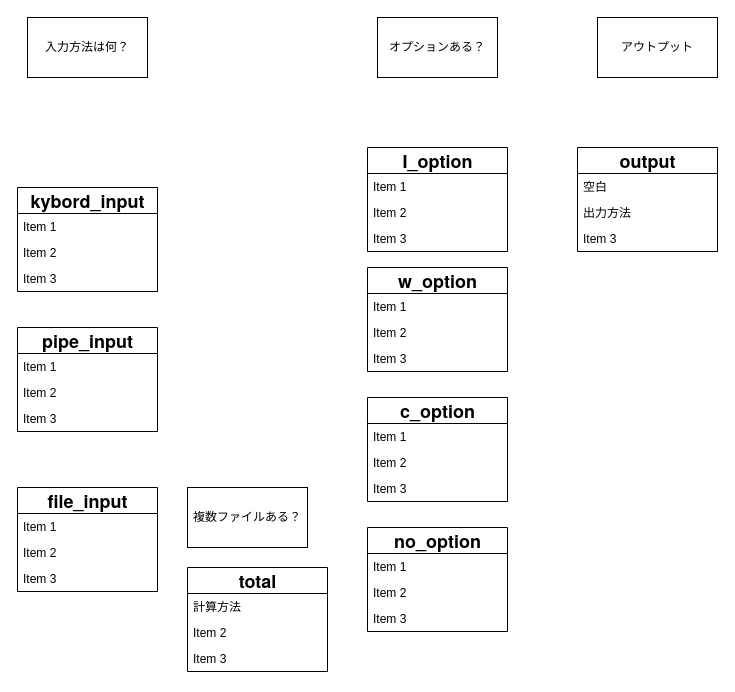
The draw.io diagram wcコマンド.drawio in namacosansan/ER, before the edit. Source tidied: cells renumbered, new cells numbered last; positions are measured from the earlier drawing's top-left corner, leaving out a move shared by most shapes. Both pictures are drawn from the tidied source at 100%, with x=0, y=0 at pixel (17, 17).
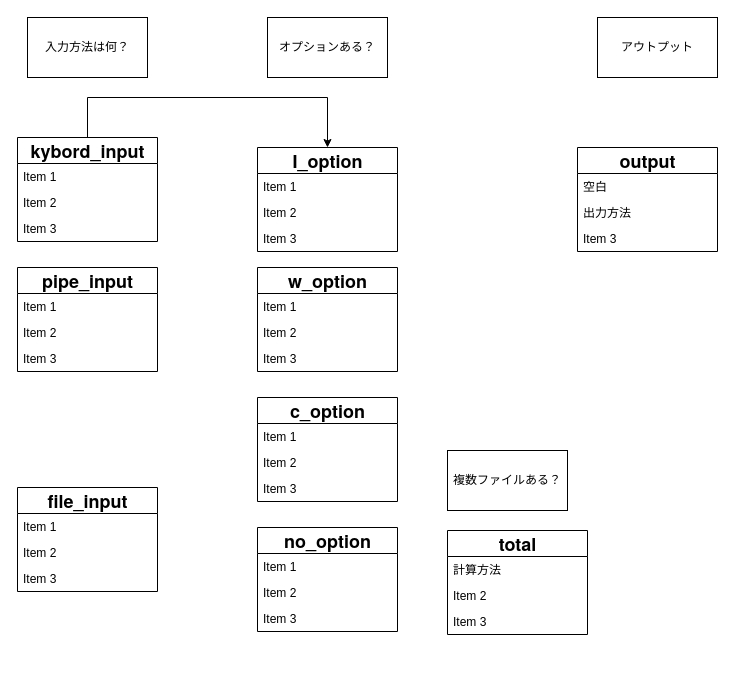
After the change.

Commit message (it also covers changes not shown here):
wcコマンド.drawio を更新します

The edit, as a diff of the source:
```diff
@@
+    <mxCell id="42" style="edgeStyle=elbowEdgeStyle;rounded=0;jettySize=auto;html=1;exitX=0.5;exitY=0;exitDx=0;exitDy=0;entryX=0.5;entryY=0;entryDx=0;entryDy=0;" parent="1" edge="1" source="2" target="18">
+      <mxGeometry relative="1" as="geometry">
+        <Array as="points">
+          <mxPoint x="230" y="80" />
+        </Array>
+      </mxGeometry>
+    </mxCell>
     <mxCell id="2" value="&lt;p style=&quot;margin: 0px; font-variant-numeric: normal; font-variant-east-asian: normal; font-variant-alternates: normal; font-size-adjust: none; font-kerning: auto; font-optical-sizing: auto; font-feature-settings: normal; font-variation-settings: normal; font-variant-position: normal; font-variant-emoji: normal; font-stretch: normal; font-size: 18px; line-height: normal; font-family: &amp;quot;Helvetica Neue&amp;quot;; text-align: start; text-wrap-mode: wrap;&quot; class=&quot;p1&quot;&gt;&lt;b&gt;kybord_input&lt;/b&gt;&lt;/p&gt;" style="swimlane;fontStyle=0;horizontal=1;startSize=26;fillColor=none;html=1;" parent="1" vertex="1">
-      <mxGeometry y="170" width="140" height="104" as="geometry" />
+      <mxGeometry y="120" width="140" height="104" as="geometry" />
     </mxCell>
@@
     <mxCell id="6" value="&lt;p style=&quot;margin: 0px; font-variant-numeric: normal; font-variant-east-asian: normal; font-variant-alternates: normal; font-size-adjust: none; font-kerning: auto; font-optical-sizing: auto; font-feature-settings: normal; font-variation-settings: normal; font-variant-position: normal; font-variant-emoji: normal; font-stretch: normal; font-size: 18px; line-height: normal; font-family: &amp;quot;Helvetica Neue&amp;quot;; text-align: start; text-wrap-mode: wrap;&quot; class=&quot;p1&quot;&gt;&lt;b&gt;pipe_input&lt;/b&gt;&lt;/p&gt;" style="swimlane;fontStyle=0;horizontal=1;startSize=26;fillColor=none;html=1;" parent="1" vertex="1">
-      <mxGeometry y="310" width="140" height="104" as="geometry" />
+      <mxGeometry y="250" width="140" height="104" as="geometry" />
     </mxCell>
@@
     <mxCell id="14" value="&lt;p style=&quot;margin: 0px; font-variant-numeric: normal; font-variant-east-asian: normal; font-variant-alternates: normal; font-size-adjust: none; font-kerning: auto; font-optical-sizing: auto; font-feature-settings: normal; font-variation-settings: normal; font-variant-position: normal; font-variant-emoji: normal; font-stretch: normal; font-size: 18px; line-height: normal; font-family: &amp;quot;Helvetica Neue&amp;quot;; text-align: start; text-wrap-mode: wrap;&quot; class=&quot;p1&quot;&gt;&lt;b&gt;w_&lt;/b&gt;&lt;b style=&quot;background-color: transparent; color: light-dark(rgb(0, 0, 0), rgb(255, 255, 255));&quot;&gt;option&lt;/b&gt;&lt;/p&gt;" style="swimlane;fontStyle=0;horizontal=1;startSize=26;fillColor=none;html=1;" parent="1" vertex="1">
-      <mxGeometry x="350" y="250" width="140" height="104" as="geometry" />
+      <mxGeometry x="240" y="250" width="140" height="104" as="geometry" />
     </mxCell>
@@
     <mxCell id="18" value="&lt;p style=&quot;margin: 0px; font-variant-numeric: normal; font-variant-east-asian: normal; font-variant-alternates: normal; font-size-adjust: none; font-kerning: auto; font-optical-sizing: auto; font-feature-settings: normal; font-variation-settings: normal; font-variant-position: normal; font-variant-emoji: normal; font-stretch: normal; font-size: 18px; line-height: normal; font-family: &amp;quot;Helvetica Neue&amp;quot;; text-align: start; text-wrap-mode: wrap;&quot; class=&quot;p1&quot;&gt;&lt;b&gt;I_&lt;/b&gt;&lt;b style=&quot;background-color: transparent; color: light-dark(rgb(0, 0, 0), rgb(255, 255, 255));&quot;&gt;option&lt;/b&gt;&lt;/p&gt;" style="swimlane;fontStyle=0;horizontal=1;startSize=26;fillColor=none;html=1;" parent="1" vertex="1">
-      <mxGeometry x="350" y="130" width="140" height="104" as="geometry" />
+      <mxGeometry x="240" y="130" width="140" height="104" as="geometry" />
     </mxCell>
@@
     <mxCell id="22" value="&lt;p style=&quot;margin: 0px; font-variant-numeric: normal; font-variant-east-asian: normal; font-variant-alternates: normal; font-size-adjust: none; font-kerning: auto; font-optical-sizing: auto; font-feature-settings: normal; font-variation-settings: normal; font-variant-position: normal; font-variant-emoji: normal; font-stretch: normal; font-size: 18px; line-height: normal; font-family: &amp;quot;Helvetica Neue&amp;quot;; text-align: start; text-wrap-mode: wrap;&quot; class=&quot;p1&quot;&gt;&lt;b&gt;c_&lt;/b&gt;&lt;b style=&quot;background-color: transparent; color: light-dark(rgb(0, 0, 0), rgb(255, 255, 255));&quot;&gt;option&lt;/b&gt;&lt;/p&gt;" style="swimlane;fontStyle=0;horizontal=1;startSize=26;fillColor=none;html=1;" parent="1" vertex="1">
-      <mxGeometry x="350" y="380" width="140" height="104" as="geometry" />
+      <mxGeometry x="240" y="380" width="140" height="104" as="geometry" />
     </mxCell>
@@
     <mxCell id="26" value="&lt;p style=&quot;margin: 0px; font-variant-numeric: normal; font-variant-east-asian: normal; font-variant-alternates: normal; font-size-adjust: none; font-kerning: auto; font-optical-sizing: auto; font-feature-settings: normal; font-variation-settings: normal; font-variant-position: normal; font-variant-emoji: normal; font-stretch: normal; font-size: 18px; line-height: normal; font-family: &amp;quot;Helvetica Neue&amp;quot;; text-align: start; text-wrap-mode: wrap;&quot; class=&quot;p1&quot;&gt;&lt;b&gt;no_&lt;/b&gt;&lt;b style=&quot;background-color: transparent; color: light-dark(rgb(0, 0, 0), rgb(255, 255, 255));&quot;&gt;option&lt;/b&gt;&lt;/p&gt;" style="swimlane;fontStyle=0;horizontal=1;startSize=26;fillColor=none;html=1;" parent="1" vertex="1">
-      <mxGeometry x="350" y="510" width="140" height="104" as="geometry" />
+      <mxGeometry x="240" y="510" width="140" height="104" as="geometry" />
     </mxCell>
@@
     <mxCell id="31" value="オプションある？" style="whiteSpace=wrap;html=1;align=center;newEdgeStyle={&quot;edgeStyle&quot;:&quot;elbowEdgeStyle&quot;,&quot;startArrow&quot;:&quot;none&quot;,&quot;endArrow&quot;:&quot;none&quot;};" parent="1" vertex="1">
-      <mxGeometry x="360" width="120" height="60" as="geometry" />
+      <mxGeometry x="250" width="120" height="60" as="geometry" />
     </mxCell>
     <mxCell id="32" value="複数ファイルある？" style="whiteSpace=wrap;html=1;align=center;newEdgeStyle={&quot;edgeStyle&quot;:&quot;elbowEdgeStyle&quot;,&quot;startArrow&quot;:&quot;none&quot;,&quot;endArrow&quot;:&quot;none&quot;};" parent="1" vertex="1">
-      <mxGeometry x="170" y="470" width="120" height="60" as="geometry" />
+      <mxGeometry x="430" y="433" width="120" height="60" as="geometry" />
     </mxCell>
@@
     <mxCell id="34" value="&lt;p style=&quot;margin: 0px; font-variant-numeric: normal; font-variant-east-asian: normal; font-variant-alternates: normal; font-size-adjust: none; font-kerning: auto; font-optical-sizing: auto; font-feature-settings: normal; font-variation-settings: normal; font-variant-position: normal; font-variant-emoji: normal; font-stretch: normal; font-size: 18px; line-height: normal; font-family: &amp;quot;Helvetica Neue&amp;quot;; text-align: start; text-wrap-mode: wrap;&quot; class=&quot;p1&quot;&gt;&lt;b&gt;total&lt;/b&gt;&lt;/p&gt;" style="swimlane;fontStyle=0;horizontal=1;startSize=26;fillColor=none;html=1;" parent="1" vertex="1">
-      <mxGeometry x="170" y="550" width="140" height="104" as="geometry" />
+      <mxGeometry x="430" y="513" width="140" height="104" as="geometry" />
     </mxCell>
```
